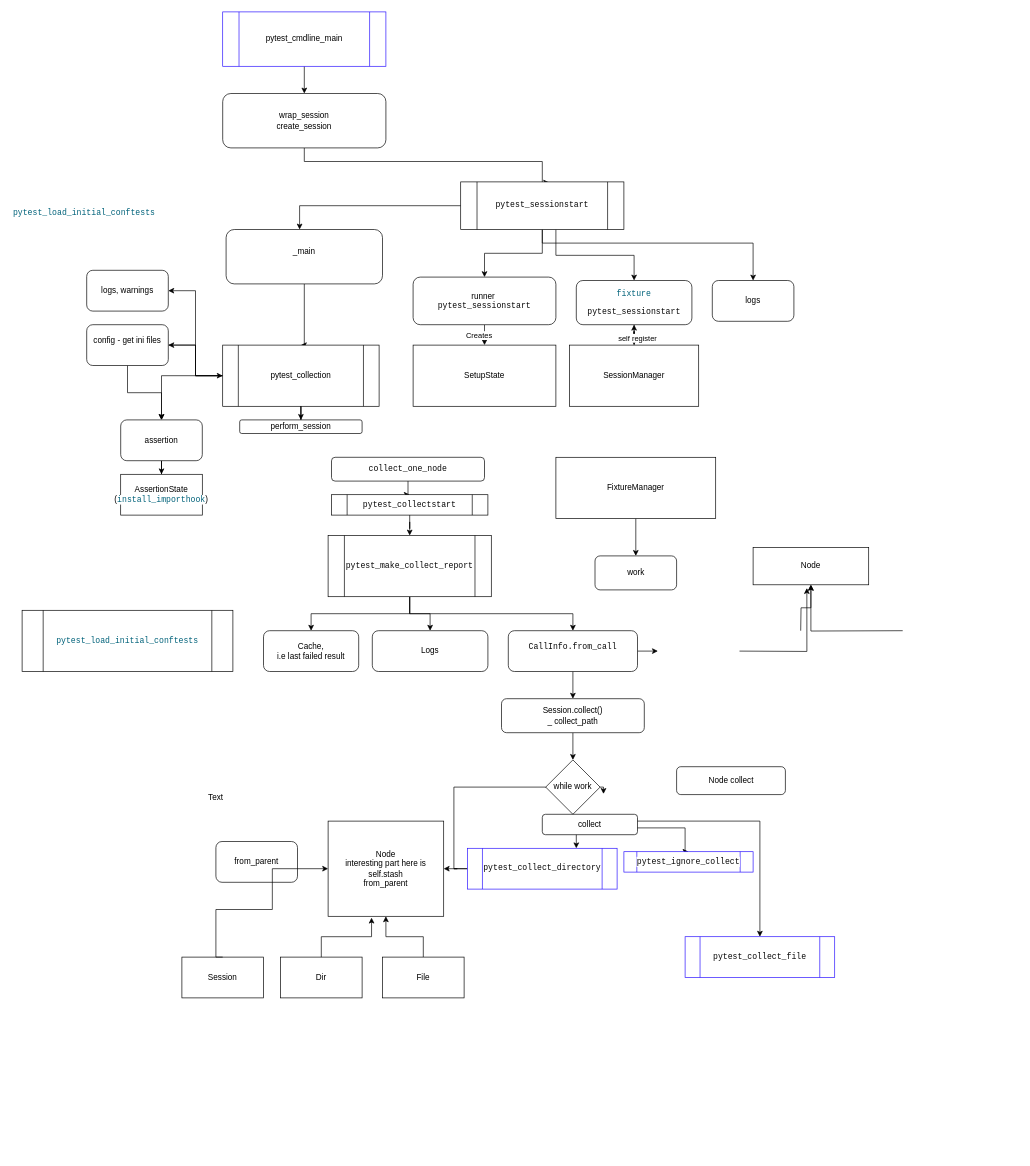
This is Диаграмма без названия.drawio from Tusenka/test, a draw.io file, before an edit. Source tidied: cells renumbered, new cells numbered last; positions are measured from the earlier drawing's top-left corner, leaving out a move shared by most shapes. Both pictures are drawn from the tidied source at 68%, with x=0, y=0 at pixel (12, 12).
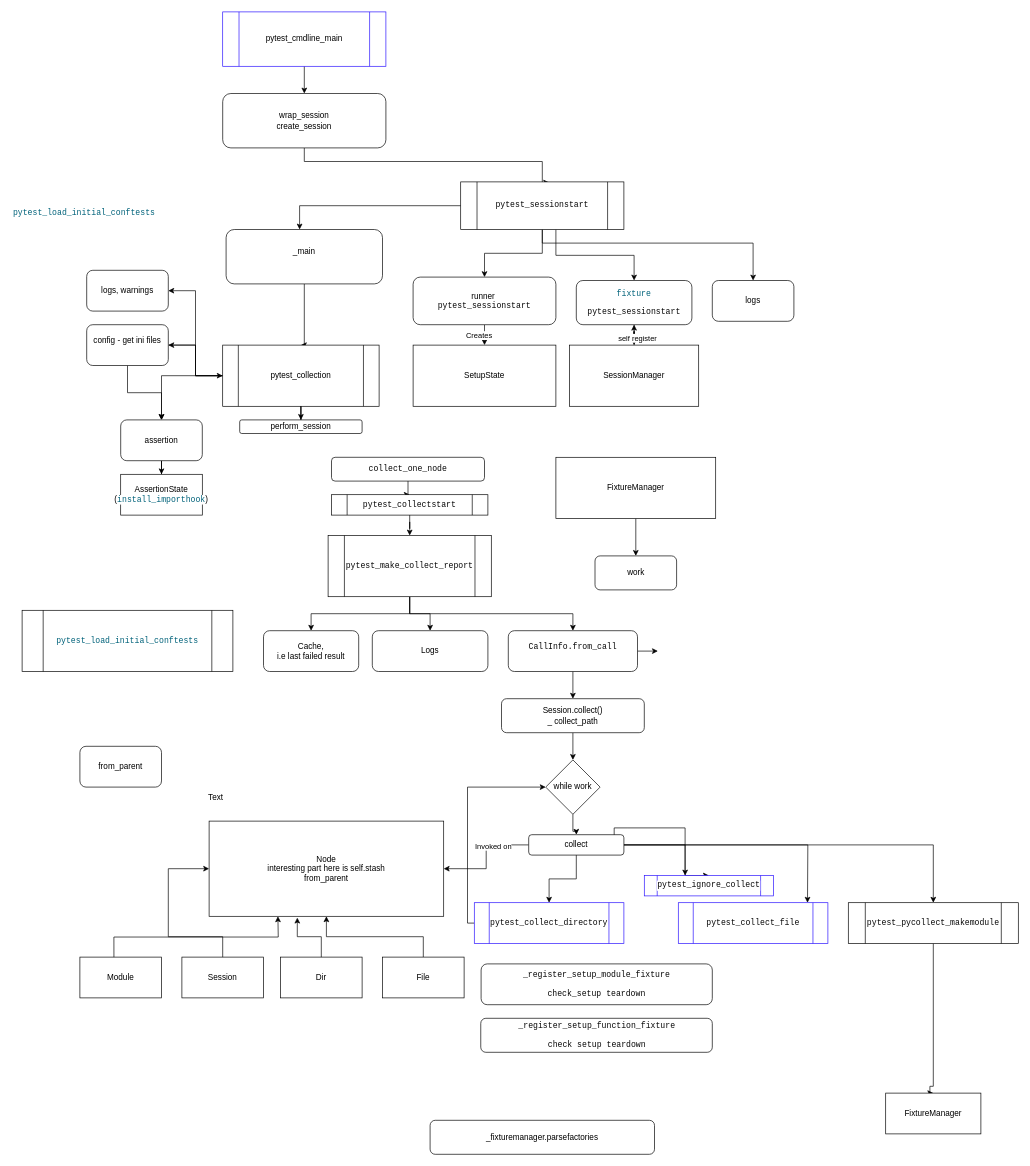
The same diagram, later.

Unchanged cells that the change refers to:
```xml
<mxCell id="68" value="while work" style="rhombus;whiteSpace=wrap;html=1;" parent="1" vertex="1">
  <mxGeometry x="785" y="1100" width="80" height="80" as="geometry" />
</mxCell>
<mxCell id="73" value="Session" style="rounded=0;whiteSpace=wrap;html=1;" parent="1" vertex="1">
  <mxGeometry x="250" y="1390" width="120" height="60" as="geometry" />
</mxCell>
```

The edit, as a diff of the source:
```diff
@@
-    <mxCell id="56" style="edgeStyle=orthogonalEdgeStyle;rounded=0;jettySize=auto;html=1;entryX=1;entryY=0.5;entryDx=0;entryDy=0;" parent="1" edge="1" source="59" target="62">
+    <mxCell id="56" style="edgeStyle=orthogonalEdgeStyle;rounded=0;jettySize=auto;html=1;entryX=1;entryY=0.5;entryDx=0;entryDy=0;exitX=0;exitY=0.5;exitDx=0;exitDy=0;" parent="1" edge="1" source="79" target="62">
       <mxGeometry relative="1" as="geometry" />
     </mxCell>
-    <mxCell id="57" style="edgeStyle=orthogonalEdgeStyle;rounded=0;jettySize=auto;html=1;" parent="1" edge="1" source="59">
-      <mxGeometry relative="1" as="geometry">
-        <mxPoint x="870" y="1150" as="targetPoint" />
-        <Array as="points">
-          <mxPoint x="650" y="1260" />
-          <mxPoint x="650" y="1140" />
-          <mxPoint x="870" y="1140" />
-        </Array>
-      </mxGeometry>
-    </mxCell>
+    <mxCell id="80" value="Invoked on" style="edgeLabel;html=1;align=center;verticalAlign=middle;" parent="56" vertex="1">
+      <mxGeometry x="-0.34" y="1" relative="1" as="geometry" />
+    </mxCell>
@@
+    <mxCell id="81" style="edgeStyle=orthogonalEdgeStyle;rounded=0;jettySize=auto;html=1;entryX=0;entryY=0.5;entryDx=0;entryDy=0;" parent="1" edge="1" source="59" target="68">
+      <mxGeometry relative="1" as="geometry">
+        <Array as="points">
+          <mxPoint x="670" y="1340" />
+          <mxPoint x="670" y="1140" />
+        </Array>
+      </mxGeometry>
+    </mxCell>
     <mxCell id="59" value="&lt;div style=&quot;background-color:#ffffff;color:#080808&quot;&gt;&lt;pre style=&quot;font-family:'JetBrains Mono',monospace;font-size:9,0pt;&quot;&gt;pytest_collect_directory&lt;/pre&gt;&lt;/div&gt;" style="shape=process;whiteSpace=wrap;html=1;backgroundOutline=1;strokeColor=#2911FF;" parent="1" vertex="1">
-      <mxGeometry x="670" y="1230" width="220" height="60" as="geometry" />
+      <mxGeometry x="680" y="1310" width="220" height="60" as="geometry" />
     </mxCell>
     <mxCell id="60" value="&lt;div style=&quot;background-color:#ffffff;color:#080808&quot;&gt;&lt;pre style=&quot;font-family:'JetBrains Mono',monospace;font-size:9,0pt;&quot;&gt;pytest_collect_file&lt;/pre&gt;&lt;/div&gt;" style="shape=process;whiteSpace=wrap;html=1;backgroundOutline=1;strokeColor=#2911FF;" parent="1" vertex="1">
-      <mxGeometry x="990" y="1360" width="220" height="60" as="geometry" />
+      <mxGeometry x="980" y="1310" width="220" height="60" as="geometry" />
     </mxCell>
     <mxCell id="61" value="from_parent" style="rounded=1;whiteSpace=wrap;html=1;" parent="1" vertex="1">
-      <mxGeometry x="300" y="1220" width="120" height="60" as="geometry" />
+      <mxGeometry x="100" y="1080" width="120" height="60" as="geometry" />
     </mxCell>
     <mxCell id="62" value="Node&lt;div&gt;interesting part here is self.stash&lt;/div&gt;&lt;div&gt;from_parent&lt;/div&gt;" style="rounded=0;whiteSpace=wrap;html=1;" parent="1" vertex="1">
-      <mxGeometry x="465" y="1190" width="170" height="140" as="geometry" />
+      <mxGeometry x="290" y="1190" width="345" height="140" as="geometry" />
     </mxCell>
@@
     <mxCell id="64" value="&lt;div style=&quot;background-color: rgb(255, 255, 255); color: rgb(8, 8, 8);&quot;&gt;&lt;pre style=&quot;font-family:'JetBrains Mono',monospace;font-size:9,0pt;&quot;&gt;&lt;pre style=&quot;font-family:'JetBrains Mono',monospace;font-size:9,0pt;&quot;&gt;&lt;div&gt;&lt;pre style=&quot;font-family:'JetBrains Mono',monospace;font-size:9,0pt;&quot;&gt;pytest_ignore_collect&lt;/pre&gt;&lt;/div&gt;&lt;/pre&gt;&lt;/pre&gt;&lt;/div&gt;" style="shape=process;whiteSpace=wrap;html=1;backgroundOutline=1;strokeColor=#2911FF;" parent="1" vertex="1">
-      <mxGeometry x="900" y="1235" width="190" height="30" as="geometry" />
+      <mxGeometry x="930" y="1270" width="190" height="30" as="geometry" />
     </mxCell>
-    <mxCell id="65" value="Node collect" style="rounded=1;whiteSpace=wrap;html=1;" parent="1" vertex="1">
-      <mxGeometry x="977.5" y="1110" width="160" height="41" as="geometry" />
-    </mxCell>
-    <mxCell id="66" style="edgeStyle=orthogonalEdgeStyle;rounded=0;jettySize=auto;html=1;" parent="1" edge="1" source="68" target="59">
+    <mxCell id="66" style="edgeStyle=orthogonalEdgeStyle;rounded=0;jettySize=auto;html=1;entryX=0.5;entryY=0;entryDx=0;entryDy=0;" parent="1" edge="1" source="68" target="79">
       <mxGeometry relative="1" as="geometry">
         <Array as="points">
           <mxPoint x="825" y="1205" />
           <mxPoint x="830" y="1205" />
         </Array>
       </mxGeometry>
     </mxCell>
-    <mxCell id="67" style="edgeStyle=orthogonalEdgeStyle;rounded=0;jettySize=auto;html=1;entryX=0.5;entryY=0;entryDx=0;entryDy=0;" parent="1" edge="1" source="68" target="60">
-      <mxGeometry relative="1" as="geometry">
-        <Array as="points">
-          <mxPoint x="825" y="1190" />
-          <mxPoint x="1100" y="1190" />
-        </Array>
-      </mxGeometry>
-    </mxCell>
@@
-    <mxCell id="69" style="edgeStyle=orthogonalEdgeStyle;rounded=0;jettySize=auto;html=1;" parent="1" edge="1" target="71">
-      <mxGeometry relative="1" as="geometry">
-        <mxPoint x="1160" y="910" as="sourcePoint" />
-      </mxGeometry>
-    </mxCell>
-    <mxCell id="70" style="edgeStyle=orthogonalEdgeStyle;rounded=0;jettySize=auto;html=1;entryX=0.5;entryY=1;entryDx=0;entryDy=0;" parent="1" edge="1" target="71">
-      <mxGeometry relative="1" as="geometry">
-        <mxPoint x="1310" y="910" as="sourcePoint" />
-      </mxGeometry>
-    </mxCell>
-    <mxCell id="71" value="Node" style="rounded=0;whiteSpace=wrap;html=1;" parent="1" vertex="1">
-      <mxGeometry x="1090" y="787.5" width="170" height="55" as="geometry" />
-    </mxCell>
-    <mxCell id="72" style="edgeStyle=orthogonalEdgeStyle;rounded=0;jettySize=auto;html=1;entryX=0.465;entryY=1.088;entryDx=0;entryDy=0;entryPerimeter=0;" parent="1" edge="1" target="71">
-      <mxGeometry relative="1" as="geometry">
-        <mxPoint x="1070" y="940" as="sourcePoint" />
-      </mxGeometry>
-    </mxCell>
@@
     <mxCell id="78" style="edgeStyle=orthogonalEdgeStyle;rounded=0;jettySize=auto;html=1;entryX=0;entryY=0.5;entryDx=0;entryDy=0;exitX=0.5;exitY=0;exitDx=0;exitDy=0;" parent="1" edge="1" source="73" target="62">
       <mxGeometry relative="1" as="geometry">
         <Array as="points">
-          <mxPoint x="300" y="1390" />
-          <mxPoint x="300" y="1320" />
-          <mxPoint x="383" y="1320" />
-          <mxPoint x="383" y="1260" />
+          <mxPoint x="310" y="1360" />
+          <mxPoint x="230" y="1360" />
+          <mxPoint x="230" y="1260" />
         </Array>
       </mxGeometry>
     </mxCell>
+    <mxCell id="82" style="edgeStyle=orthogonalEdgeStyle;rounded=0;jettySize=auto;html=1;" parent="1" edge="1" source="79" target="59">
+      <mxGeometry relative="1" as="geometry" />
+    </mxCell>
+    <mxCell id="83" style="edgeStyle=orthogonalEdgeStyle;rounded=0;jettySize=auto;html=1;entryX=0.5;entryY=0;entryDx=0;entryDy=0;" parent="1" edge="1" source="79" target="88">
+      <mxGeometry relative="1" as="geometry" />
+    </mxCell>
+    <mxCell id="84" style="edgeStyle=orthogonalEdgeStyle;rounded=0;jettySize=auto;html=1;" parent="1" edge="1" source="79">
+      <mxGeometry relative="1" as="geometry">
+        <mxPoint x="1170" y="1310" as="targetPoint" />
+      </mxGeometry>
+    </mxCell>
     <mxCell id="79" value="collect" style="rounded=1;whiteSpace=wrap;html=1;" parent="1" vertex="1">
-      <mxGeometry x="780" y="1180" width="140" height="30" as="geometry" />
+      <mxGeometry x="760" y="1210" width="140" height="30" as="geometry" />
     </mxCell>
+    <mxCell id="85" value="Module" style="rounded=0;whiteSpace=wrap;html=1;" parent="1" vertex="1">
+      <mxGeometry x="100" y="1390" width="120" height="60" as="geometry" />
+    </mxCell>
+    <mxCell id="86" style="edgeStyle=orthogonalEdgeStyle;rounded=0;jettySize=auto;html=1;entryX=0.326;entryY=1.014;entryDx=0;entryDy=0;entryPerimeter=0;exitX=0.417;exitY=0;exitDx=0;exitDy=0;exitPerimeter=0;" parent="1" edge="1" source="85">
+      <mxGeometry relative="1" as="geometry">
+        <mxPoint x="391.2" y="1330" as="targetPoint" />
+      </mxGeometry>
+    </mxCell>
+    <mxCell id="87" style="edgeStyle=orthogonalEdgeStyle;rounded=0;jettySize=auto;html=1;entryX=0.5;entryY=0;entryDx=0;entryDy=0;" parent="1" edge="1" source="88" target="90">
+      <mxGeometry relative="1" as="geometry">
+        <Array as="points">
+          <mxPoint x="1355" y="1580" />
+          <mxPoint x="1350" y="1580" />
+        </Array>
+      </mxGeometry>
+    </mxCell>
+    <mxCell id="88" value="&lt;div style=&quot;background-color:#ffffff;color:#080808&quot;&gt;&lt;pre style=&quot;font-family:'JetBrains Mono',monospace;font-size:9,0pt;&quot;&gt;pytest_pycollect_makemodule&lt;/pre&gt;&lt;/div&gt;" style="shape=process;whiteSpace=wrap;html=1;backgroundOutline=1;" parent="1" vertex="1">
+      <mxGeometry x="1230" y="1310" width="250" height="60" as="geometry" />
+    </mxCell>
+    <mxCell id="89" style="edgeStyle=orthogonalEdgeStyle;rounded=0;jettySize=auto;html=1;entryX=0.316;entryY=0;entryDx=0;entryDy=0;entryPerimeter=0;" parent="1" edge="1" source="79" target="64">
+      <mxGeometry relative="1" as="geometry" />
+    </mxCell>
+    <mxCell id="90" value="FixtureManager" style="rounded=0;whiteSpace=wrap;html=1;" parent="1" vertex="1">
+      <mxGeometry x="1285" y="1590" width="140" height="60" as="geometry" />
+    </mxCell>
+    <mxCell id="91" value="&lt;div style=&quot;background-color: rgb(255, 255, 255); color: rgb(8, 8, 8);&quot;&gt;&lt;pre style=&quot;font-family:'JetBrains Mono',monospace;font-size:9,0pt;&quot;&gt;_register_setup_module_fixture&lt;/pre&gt;&lt;pre style=&quot;font-family:'JetBrains Mono',monospace;font-size:9,0pt;&quot;&gt;check_setup teardown&lt;/pre&gt;&lt;/div&gt;" style="rounded=1;whiteSpace=wrap;html=1;" parent="1" vertex="1">
+      <mxGeometry x="690" y="1400" width="340" height="60" as="geometry" />
+    </mxCell>
+    <mxCell id="92" value="&lt;div style=&quot;background-color: rgb(255, 255, 255); color: rgb(8, 8, 8);&quot;&gt;&lt;pre style=&quot;font-family:'JetBrains Mono',monospace;font-size:9,0pt;&quot;&gt;_register_setup_function_fixture&lt;/pre&gt;&lt;pre style=&quot;font-family:'JetBrains Mono',monospace;font-size:9,0pt;&quot;&gt;check setup teardown&lt;/pre&gt;&lt;/div&gt;" style="rounded=1;whiteSpace=wrap;html=1;" parent="1" vertex="1">
+      <mxGeometry x="689.5" y="1480" width="340.5" height="50" as="geometry" />
+    </mxCell>
+    <mxCell id="93" value="_fixturemanager.parsefactories" style="rounded=1;whiteSpace=wrap;html=1;" parent="1" vertex="1">
+      <mxGeometry x="615" y="1630" width="330" height="50" as="geometry" />
+    </mxCell>
```
